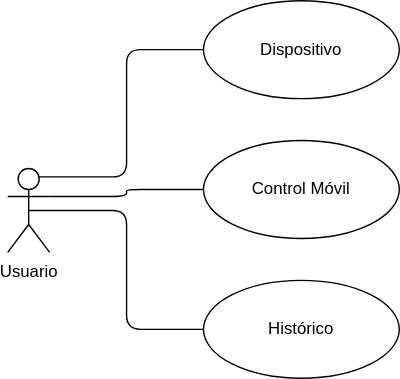
gilpgdm/gilpgdm.github.io keeps this draw.io diagram as f_iot/img/casos_iot.svg. Above is the earlier version. Source tidied: cells renumbered, new cells last; positions are measured from the earlier drawing's top-left corner, leaving out a move shared by most shapes.
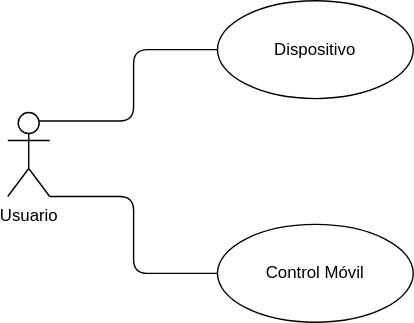
Later version of the same file.

Diff of the diagram source:
```diff
@@ -6,22 +6,16 @@
       <mxGeometry y="120" width="30" height="60" as="geometry" />
     </mxCell>
     <mxCell id="3" value="Dispositivo" style="ellipse;whiteSpace=wrap;html=1;" parent="1" vertex="1">
-      <mxGeometry x="140" width="140" height="70" as="geometry" />
+      <mxGeometry x="150" y="40" width="140" height="70" as="geometry" />
     </mxCell>
     <mxCell id="4" value="Control Móvil" style="ellipse;whiteSpace=wrap;html=1;" parent="1" vertex="1">
-      <mxGeometry x="140" y="100" width="140" height="70" as="geometry" />
+      <mxGeometry x="150" y="200" width="140" height="70" as="geometry" />
     </mxCell>
-    <mxCell id="5" value="Histórico" style="ellipse;whiteSpace=wrap;html=1;" parent="1" vertex="1">
-      <mxGeometry x="140" y="200" width="140" height="70" as="geometry" />
-    </mxCell>
     <mxCell id="6" style="endArrow=none;html=1;edgeStyle=orthogonalEdgeStyle;exitX=0.75;exitY=0.1;exitDx=0;exitDy=0;exitPerimeter=0;entryX=0;entryY=0.5;entryDx=0;entryDy=0;" parent="1" edge="1" source="2" target="3">
       <mxGeometry relative="1" as="geometry" />
     </mxCell>
-    <mxCell id="7" style="endArrow=none;html=1;edgeStyle=orthogonalEdgeStyle;exitX=1;exitY=0.3333333333333333;exitDx=0;exitDy=0;exitPerimeter=0;entryX=0;entryY=0.5;entryDx=0;entryDy=0;" parent="1" edge="1" source="2" target="4">
+    <mxCell id="7" style="endArrow=none;html=1;edgeStyle=elbowEdgeStyle;exitX=1;exitY=1;exitDx=0;exitDy=0;exitPerimeter=0;entryX=0;entryY=0.5;entryDx=0;entryDy=0;" parent="1" edge="1" source="2" target="4">
       <mxGeometry relative="1" as="geometry" />
     </mxCell>
-    <mxCell id="8" style="endArrow=none;html=1;edgeStyle=orthogonalEdgeStyle;exitX=0.5;exitY=0.5;exitDx=0;exitDy=0;exitPerimeter=0;entryX=0;entryY=0.5;entryDx=0;entryDy=0;" parent="1" edge="1" source="2" target="5">
-      <mxGeometry relative="1" as="geometry" />
-    </mxCell>
   </root>
 </mxGraphModel>
```
